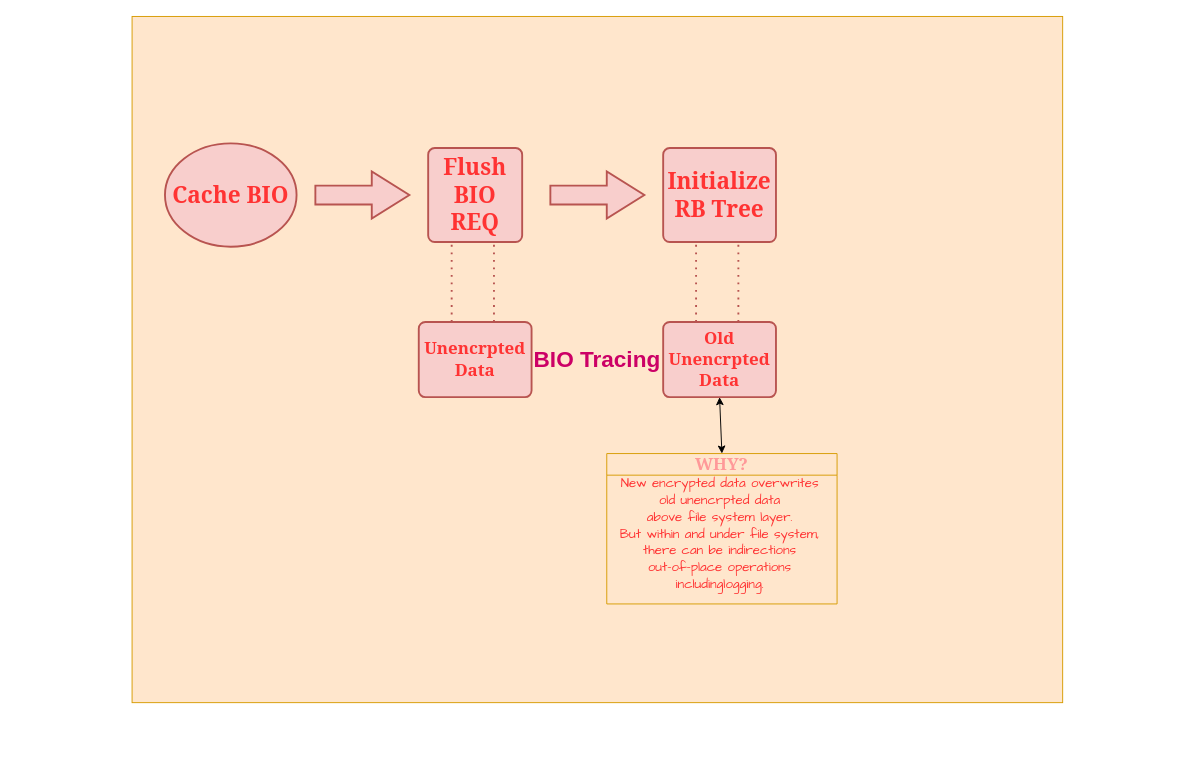
Before: imgs/Untitled Diagram.drawio in MooMooHorse/ransomware_set, a draw.io diagram. Source tidied: cells renumbered, new cells numbered last; positions are measured from the earlier drawing's top-left corner, leaving out a move shared by most shapes. Both pictures are drawn from the tidied source at 94%, with x=0, y=0 at pixel (132, 16).
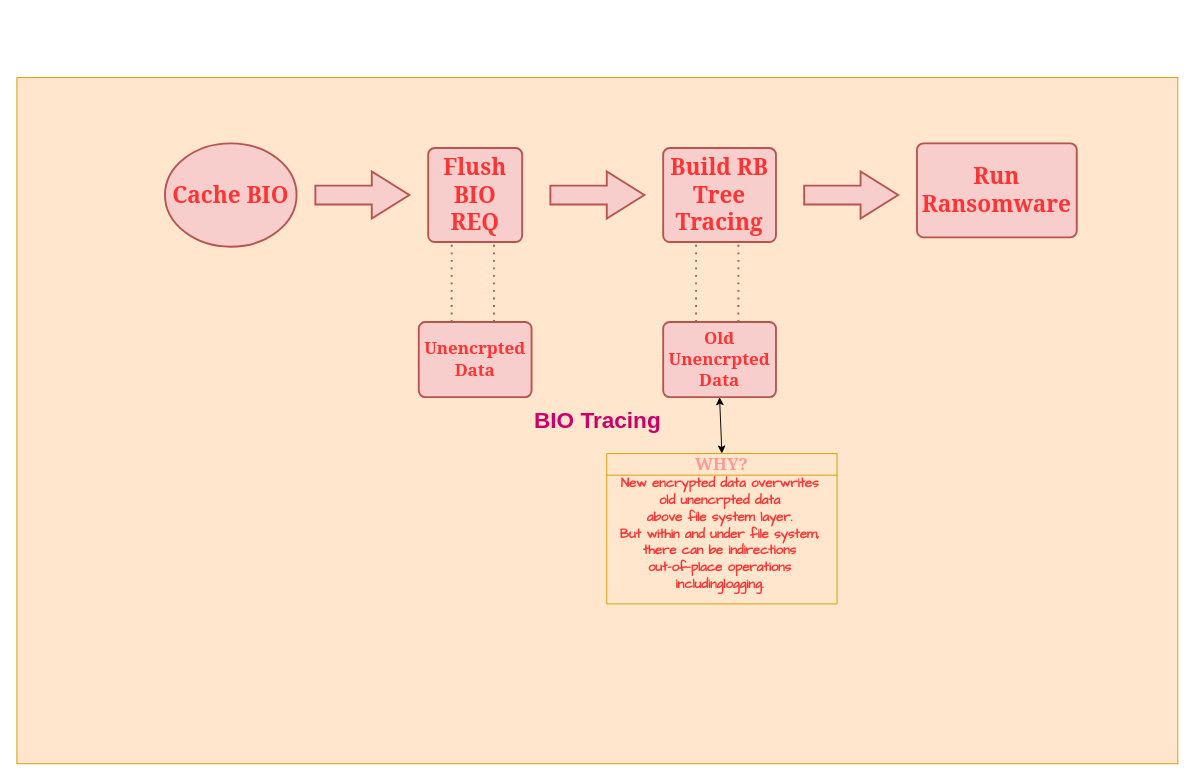
After the change.

The change refers to these unchanged cells:
```xml
<mxCell id="14" value="&lt;h2&gt;&lt;font color=&quot;#ff9999&quot; face=&quot;Georgia&quot;&gt;WHY?&lt;/font&gt;&lt;/h2&gt;" style="swimlane;whiteSpace=wrap;html=1;fillColor=#ffe6cc;strokeColor=#d79b00;" parent="1" vertex="1">
  <mxGeometry x="505" y="465" width="245" height="160" as="geometry" />
</mxCell>
```

Change to the diagram source:
```diff
@@
     <mxCell id="2" value="&lt;h1&gt;&lt;font color=&quot;#cc0066&quot;&gt;BIO Tracing&lt;/font&gt;&lt;/h1&gt;" style="rounded=0;whiteSpace=wrap;html=1;fillColor=#ffe6cc;strokeColor=#d79b00;" parent="1" vertex="1">
-      <mxGeometry width="990" height="730" as="geometry" />
+      <mxGeometry x="-122.5" y="65" width="1235" height="730" as="geometry" />
     </mxCell>
@@
-    <mxCell id="10" value="&lt;h1&gt;&lt;font color=&quot;#ff3333&quot; face=&quot;Georgia&quot;&gt;Initialize RB Tree&lt;/font&gt;&lt;/h1&gt;" style="rounded=1;whiteSpace=wrap;html=1;absoluteArcSize=1;arcSize=14;strokeWidth=2;fillColor=#f8cecc;strokeColor=#b85450;" parent="1" vertex="1">
+    <mxCell id="10" value="&lt;h1&gt;&lt;font color=&quot;#ff3333&quot; face=&quot;Georgia&quot;&gt;Build RB Tree Tracing&lt;/font&gt;&lt;/h1&gt;" style="rounded=1;whiteSpace=wrap;html=1;absoluteArcSize=1;arcSize=14;strokeWidth=2;fillColor=#f8cecc;strokeColor=#b85450;" parent="1" vertex="1">
       <mxGeometry x="565" y="140" width="120" height="100" as="geometry" />
     </mxCell>
@@
-    <mxCell id="15" value="&lt;font style=&quot;font-size: 14px;&quot;&gt;&lt;font color=&quot;#ff3333&quot; face=&quot;Comic Sans MS&quot;&gt;New encrypted data overwrites &lt;br&gt;old unencrpted data &lt;br&gt;above file system layer.&lt;br&gt;But within and under file system, &lt;br&gt;there can be indirections &lt;br&gt;out-of-place operations &lt;br&gt;includinglogging.&lt;/font&gt;&lt;br&gt;&lt;/font&gt;" style="text;html=1;align=center;verticalAlign=middle;strokeColor=none;fillColor=none;" parent="14" vertex="1">
-      <mxGeometry y="20" width="240" height="130" as="geometry" />
+    <mxCell id="15" value="&lt;font style=&quot;font-size: 14px;&quot;&gt;&lt;font color=&quot;#ff3333&quot; face=&quot;Comic Sans MS&quot;&gt;&lt;b&gt;New encrypted data overwrites &lt;br&gt;old unencrpted data &lt;br&gt;above file system layer.&lt;br&gt;But within and under file system, &lt;br&gt;there can be indirections &lt;br&gt;out-of-place operations &lt;br&gt;includinglogging.&lt;/b&gt;&lt;/font&gt;&lt;br&gt;&lt;/font&gt;" style="text;html=1;align=center;verticalAlign=middle;strokeColor=none;fillColor=none;" parent="14" vertex="1">
+      <mxGeometry x="-5" y="20" width="250" height="130" as="geometry" />
     </mxCell>
@@
+    <mxCell id="17" style="verticalLabelPosition=bottom;verticalAlign=top;html=1;strokeWidth=2;shape=mxgraph.arrows2.arrow;dy=0.6;dx=40;notch=0;fillColor=#f8cecc;strokeColor=#b85450;" parent="1" vertex="1">
+      <mxGeometry x="715" y="165" width="100" height="50" as="geometry" />
+    </mxCell>
+    <mxCell id="18" value="&lt;h1&gt;&lt;font color=&quot;#ff3333&quot; face=&quot;Georgia&quot;&gt;Run Ransomware&lt;/font&gt;&lt;/h1&gt;" style="rounded=1;whiteSpace=wrap;html=1;absoluteArcSize=1;arcSize=14;strokeWidth=2;fillColor=#f8cecc;strokeColor=#b85450;" parent="1" vertex="1">
+      <mxGeometry x="835" y="135" width="170" height="100" as="geometry" />
+    </mxCell>
```
